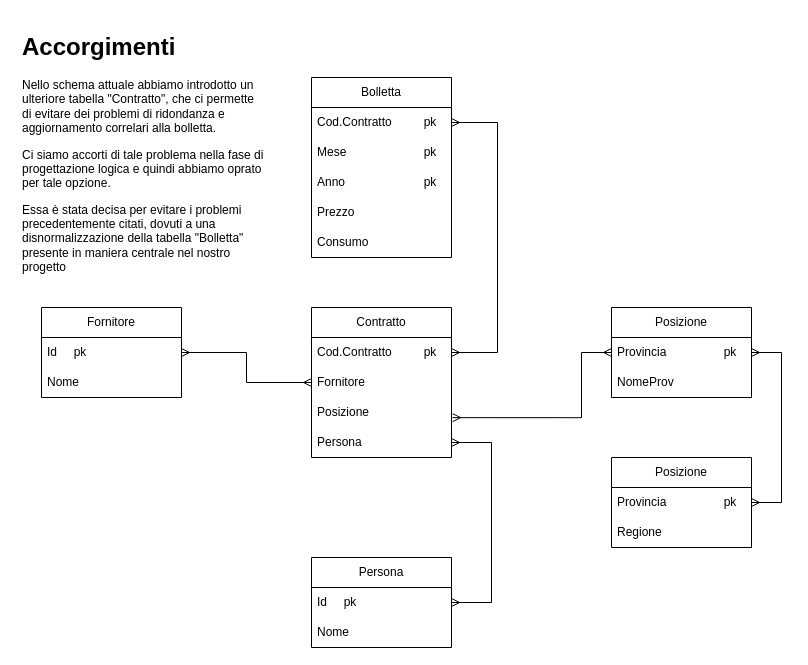
The draw.io diagram page "Schema logico" (4 of 4) of Electrical Theft.drawio in Moriarty2002/electricity-theft, before the edit. Source tidied: cells renumbered, new cells numbered last; positions are measured from the earlier drawing's top-left corner, leaving out a move shared by most shapes. Both pictures are drawn from the tidied source at 100%, with x=0, y=0 at pixel (17, 27).
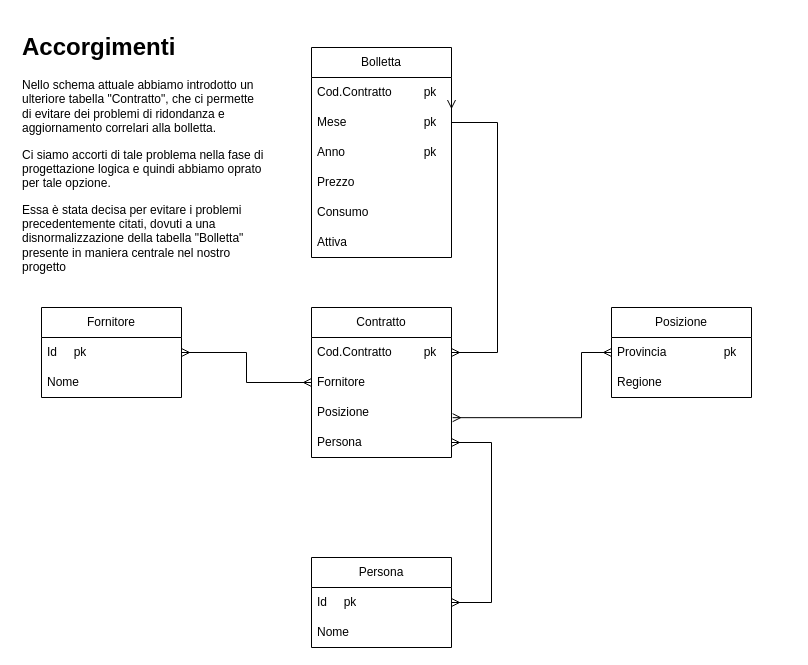
After the change.

Commit message:
echo: Rifiniture schema logico

Unchanged cells that the change refers to:
```xml
<mxCell id="11" value="Posizione" style="swimlane;fontStyle=0;horizontal=1;startSize=30;whiteSpace=wrap;html=1;" parent="1" vertex="1">
  <mxGeometry x="594" y="280" width="140" height="90" as="geometry" />
</mxCell>
<mxCell id="12" value="Provincia&lt;span style=&quot;white-space: pre;&quot;&gt;&#9;&lt;/span&gt;&lt;span style=&quot;white-space: pre;&quot;&gt;&#9;&lt;/span&gt;&lt;span style=&quot;white-space: pre;&quot;&gt;&#9;&lt;/span&gt;pk" style="text;strokeColor=none;fillColor=none;align=left;verticalAlign=middle;spacingLeft=4;spacingRight=4;overflow=hidden;points=[[0,0.5],[1,0.5]];portConstraint=eastwest;whiteSpace=wrap;html=1;" parent="11" vertex="1">
  <mxGeometry y="30" width="140" height="30" as="geometry" />
</mxCell>
```

Diff of the diagram source:
```diff
@@
-    <mxCell id="13" value="NomeProv" style="text;strokeColor=none;fillColor=none;align=left;verticalAlign=middle;spacingLeft=4;spacingRight=4;overflow=hidden;whiteSpace=wrap;html=1;" parent="11" vertex="1">
+    <mxCell id="13" value="Regione" style="text;strokeColor=none;fillColor=none;align=left;verticalAlign=middle;spacingLeft=4;spacingRight=4;overflow=hidden;whiteSpace=wrap;html=1;" parent="11" vertex="1">
       <mxGeometry y="60" width="140" height="30" as="geometry" />
     </mxCell>
@@
-    <mxCell id="18" value="Posizione" style="swimlane;fontStyle=0;horizontal=1;startSize=30;whiteSpace=wrap;html=1;" parent="1" vertex="1">
-      <mxGeometry x="594" y="430" width="140" height="90" as="geometry" />
-    </mxCell>
-    <mxCell id="19" value="Provincia&lt;span style=&quot;white-space: pre;&quot;&gt;&#9;&lt;/span&gt;&lt;span style=&quot;white-space: pre;&quot;&gt;&#9;&lt;span style=&quot;white-space: pre;&quot;&gt;&#9;&lt;/span&gt;&lt;/span&gt;pk" style="text;strokeColor=none;fillColor=none;align=left;verticalAlign=middle;spacingLeft=4;spacingRight=4;overflow=hidden;points=[[0,0.5],[1,0.5]];portConstraint=eastwest;whiteSpace=wrap;html=1;" parent="18" vertex="1">
-      <mxGeometry y="30" width="140" height="30" as="geometry" />
-    </mxCell>
-    <mxCell id="20" value="Regione" style="text;strokeColor=none;fillColor=none;align=left;verticalAlign=middle;spacingLeft=4;spacingRight=4;overflow=hidden;whiteSpace=wrap;html=1;" parent="18" vertex="1">
-      <mxGeometry y="60" width="140" height="30" as="geometry" />
-    </mxCell>
-    <mxCell id="21" style="edgeStyle=orthogonalEdgeStyle;rounded=0;jettySize=auto;html=1;entryX=1;entryY=0.5;entryDx=0;entryDy=0;endArrow=ERmany;endFill=0;startArrow=ERmany;startFill=0;" parent="1" edge="1" source="19" target="12">
-      <mxGeometry relative="1" as="geometry">
-        <Array as="points">
-          <mxPoint x="764" y="475" />
-          <mxPoint x="764" y="325" />
-        </Array>
-      </mxGeometry>
-    </mxCell>
@@
     <mxCell id="24" value="Bolletta" style="swimlane;fontStyle=0;horizontal=1;startSize=30;whiteSpace=wrap;html=1;" parent="1" vertex="1">
-      <mxGeometry x="294" y="50" width="140" height="180" as="geometry" />
+      <mxGeometry x="294" y="20" width="140" height="210" as="geometry" />
     </mxCell>
@@
+    <mxCell id="32" value="Attiva" style="text;strokeColor=none;fillColor=none;align=left;verticalAlign=middle;spacingLeft=4;spacingRight=4;overflow=hidden;whiteSpace=wrap;html=1;" parent="24" vertex="1">
+      <mxGeometry y="180" width="140" height="30" as="geometry" />
+    </mxCell>
```
